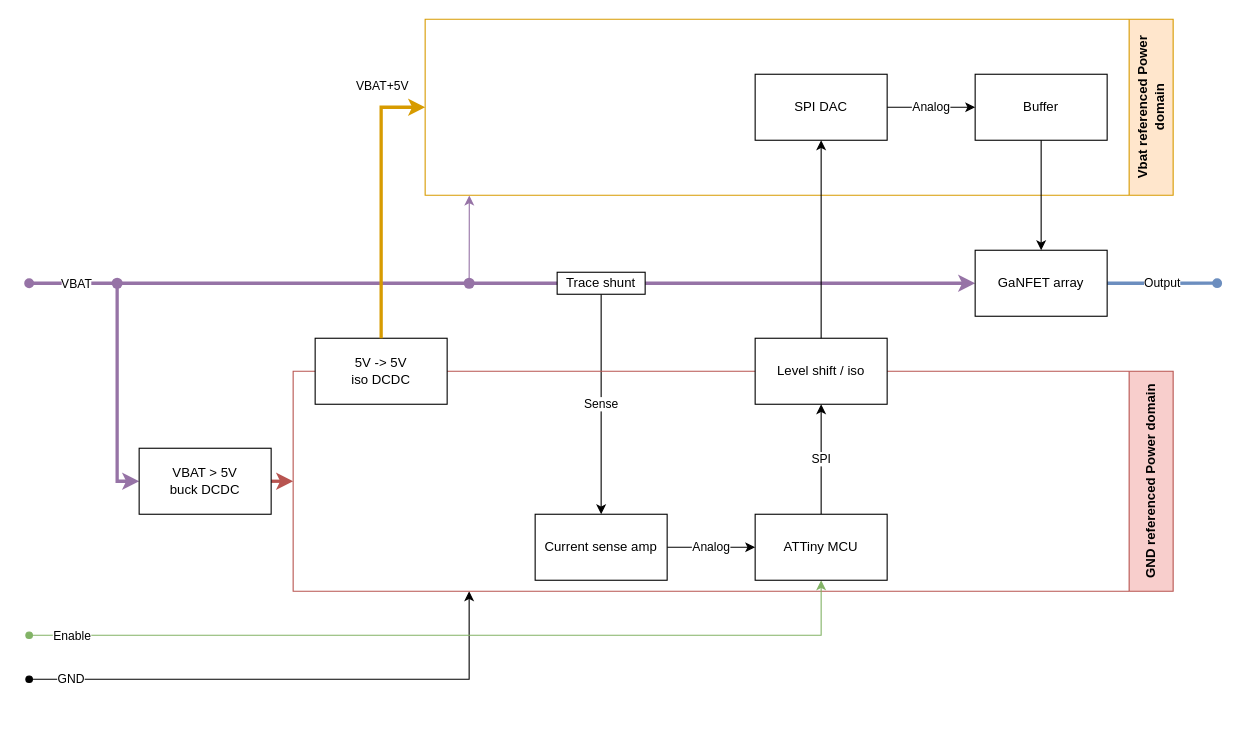
BME-SBT/chungus-gantactor keeps this draw.io diagram as gantactor.drawio. Above is the earlier version. Source tidied: cells renumbered, new cells numbered last; positions are measured from the earlier drawing's top-left corner, leaving out a move shared by most shapes. Both pictures are drawn from the tidied source at 110%, with x=0, y=0 at pixel (29, 19).
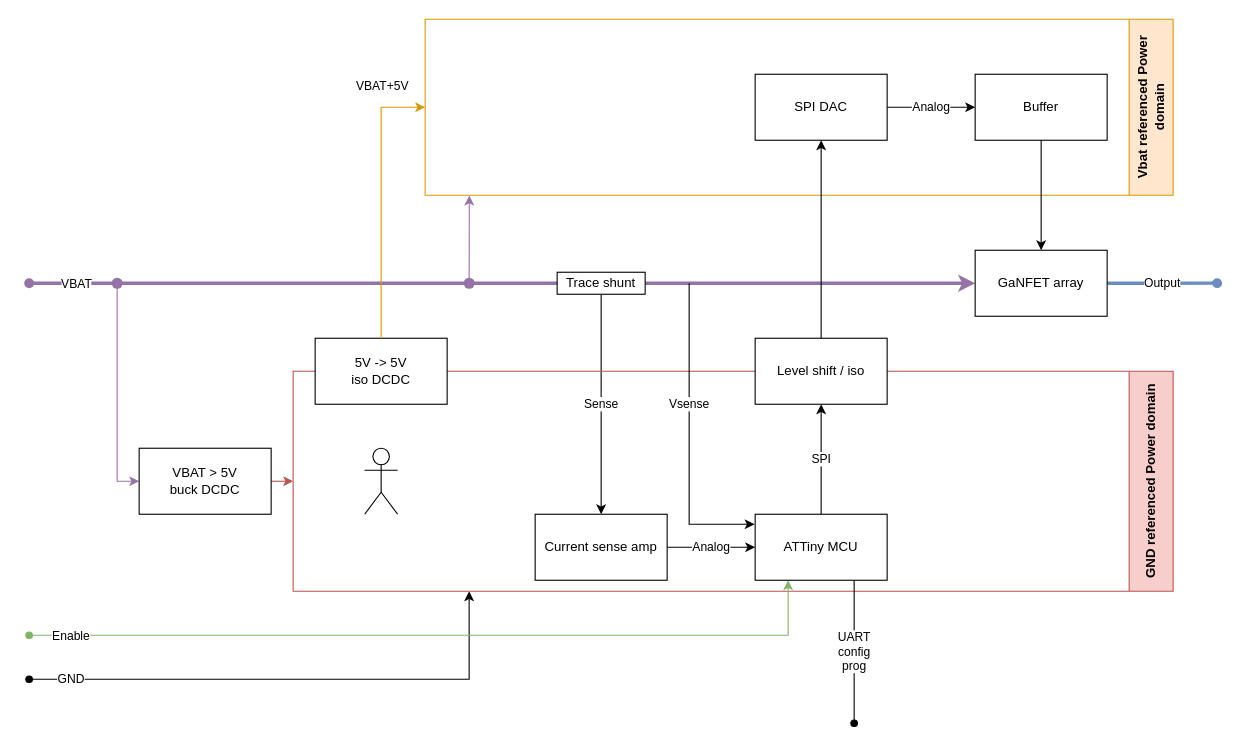
The same diagram, later.

Commit message:
Add config interface, vsense

Unchanged cells that the change refers to:
```xml
<mxCell id="7" value="VBAT &amp;gt; 5V&lt;br&gt;buck DCDC" style="rounded=0;whiteSpace=wrap;html=1;" parent="1" vertex="1">
  <mxGeometry x="100" y="390" width="120" height="60" as="geometry" />
</mxCell>
<mxCell id="10" value="GND referenced Power domain" style="swimlane;horizontal=0;whiteSpace=wrap;html=1;direction=west;startSize=40;fillColor=#f8cecc;strokeColor=#b85450;" parent="1" vertex="1">
  <mxGeometry x="240" y="320" width="800" height="200" as="geometry" />
</mxCell>
<mxCell id="14" value="ATTiny MCU" style="rounded=0;whiteSpace=wrap;html=1;" parent="10" vertex="1">
  <mxGeometry x="420" y="130" width="120" height="60" as="geometry" />
</mxCell>
<mxCell id="19" value="Vbat referenced Power domain" style="swimlane;horizontal=0;whiteSpace=wrap;html=1;direction=west;startSize=40;fillColor=#ffe6cc;strokeColor=#d79b00;" parent="1" vertex="1">
  <mxGeometry x="360" width="680" height="160" as="geometry" />
</mxCell>
<mxCell id="23" style="shape=waypoint;sketch=0;fillStyle=solid;size=6;points=[];fillColor=#e1d5e7;perimeter=centerPerimeter;snapToPoint=1;strokeWidth=3;strokeColor=#9673a6;" parent="1" vertex="1">
  <mxGeometry x="70" y="230" width="20" height="20" as="geometry" />
</mxCell>
<mxCell id="25" value="5V -&amp;gt; 5V&lt;br&gt;iso DCDC" style="rounded=0;whiteSpace=wrap;html=1;" parent="1" vertex="1">
  <mxGeometry x="260" y="290" width="120" height="60" as="geometry" />
</mxCell>
```

Diff of the diagram source:
```diff
@@
-    <mxCell id="5" style="edgeStyle=orthogonalEdgeStyle;rounded=0;jettySize=auto;html=1;exitX=1;exitY=0.5;exitDx=0;exitDy=0;entryX=1;entryY=0.5;entryDx=0;entryDy=0;strokeWidth=3;fillColor=#f8cecc;strokeColor=#b85450;" parent="1" edge="1" source="7" target="10">
+    <mxCell id="5" style="edgeStyle=orthogonalEdgeStyle;rounded=0;jettySize=auto;html=1;exitX=1;exitY=0.5;exitDx=0;exitDy=0;entryX=1;entryY=0.5;entryDx=0;entryDy=0;strokeWidth=1;fillColor=#f8cecc;strokeColor=#b85450;" parent="1" edge="1" source="7" target="10">
       <mxGeometry relative="1" as="geometry" />
     </mxCell>
-    <mxCell id="6" style="edgeStyle=orthogonalEdgeStyle;rounded=0;jettySize=auto;html=1;exitX=0;exitY=0.5;exitDx=0;exitDy=0;startArrow=classic;startFill=1;endArrow=none;endFill=0;fillColor=#e1d5e7;strokeColor=#9673a6;strokeWidth=3;" parent="1" edge="1" source="7" target="23">
+    <mxCell id="6" style="edgeStyle=orthogonalEdgeStyle;rounded=0;jettySize=auto;html=1;exitX=0;exitY=0.5;exitDx=0;exitDy=0;startArrow=classic;startFill=1;endArrow=none;endFill=0;fillColor=#e1d5e7;strokeColor=#9673a6;strokeWidth=1;" parent="1" edge="1" source="7" target="23">
       <mxGeometry relative="1" as="geometry" />
     </mxCell>
@@
-    <mxCell id="12" style="edgeStyle=orthogonalEdgeStyle;rounded=0;jettySize=auto;html=1;exitX=0.5;exitY=1;exitDx=0;exitDy=0;endArrow=oval;endFill=1;fillColor=#d5e8d4;strokeColor=#82b366;startArrow=classic;startFill=1;" parent="10" edge="1" source="14">
+    <mxCell id="12" style="edgeStyle=orthogonalEdgeStyle;rounded=0;jettySize=auto;html=1;exitX=0.25;exitY=1;exitDx=0;exitDy=0;endArrow=oval;endFill=1;fillColor=#d5e8d4;strokeColor=#82b366;startArrow=classic;startFill=1;" parent="10" edge="1" source="14">
       <mxGeometry relative="1" as="geometry">
         <mxPoint x="-240" y="240" as="targetPoint" />
         <Array as="points">
-          <mxPoint x="480" y="240" />
+          <mxPoint x="450" y="240" />
         </Array>
       </mxGeometry>
     </mxCell>
@@
+    <mxCell id="33" value="UART&lt;br&gt;config&lt;br&gt;prog" style="edgeStyle=orthogonalEdgeStyle;rounded=0;jettySize=auto;html=1;exitX=0.75;exitY=1;exitDx=0;exitDy=0;startArrow=none;startFill=0;endArrow=oval;endFill=1;" parent="10" edge="1" source="14">
+      <mxGeometry relative="1" as="geometry">
+        <mxPoint x="510" y="320" as="targetPoint" />
+      </mxGeometry>
+    </mxCell>
+    <mxCell id="34" value="Vsense" style="edgeStyle=orthogonalEdgeStyle;rounded=0;jettySize=auto;html=1;exitX=-0.004;exitY=0.151;exitDx=0;exitDy=0;endArrow=none;endFill=0;startArrow=classic;startFill=1;exitPerimeter=0;" parent="10" edge="1" source="14">
+      <mxGeometry x="0.21" relative="1" as="geometry">
+        <mxPoint x="360" y="-80" as="targetPoint" />
+        <Array as="points">
+          <mxPoint x="360" y="139" />
+        </Array>
+      </mxGeometry>
+    </mxCell>
@@
+    <mxCell id="35" style="shape=umlActor;verticalLabelPosition=bottom;verticalAlign=top;html=1;" parent="10" vertex="1">
+      <mxGeometry x="65" y="70" width="30" height="60" as="geometry" />
+    </mxCell>
@@
-    <mxCell id="30" style="edgeStyle=orthogonalEdgeStyle;rounded=0;jettySize=auto;html=1;exitX=0.5;exitY=0;exitDx=0;exitDy=0;fillColor=#ffe6cc;strokeColor=#d79b00;strokeWidth=3;entryX=1;entryY=0.5;entryDx=0;entryDy=0;" parent="1" edge="1" source="25" target="19">
+    <mxCell id="30" style="edgeStyle=orthogonalEdgeStyle;rounded=0;jettySize=auto;html=1;exitX=0.5;exitY=0;exitDx=0;exitDy=0;fillColor=#ffe6cc;strokeColor=#d79b00;strokeWidth=1;entryX=1;entryY=0.5;entryDx=0;entryDy=0;" parent="1" edge="1" source="25" target="19">
       <mxGeometry relative="1" as="geometry" />
     </mxCell>
```
